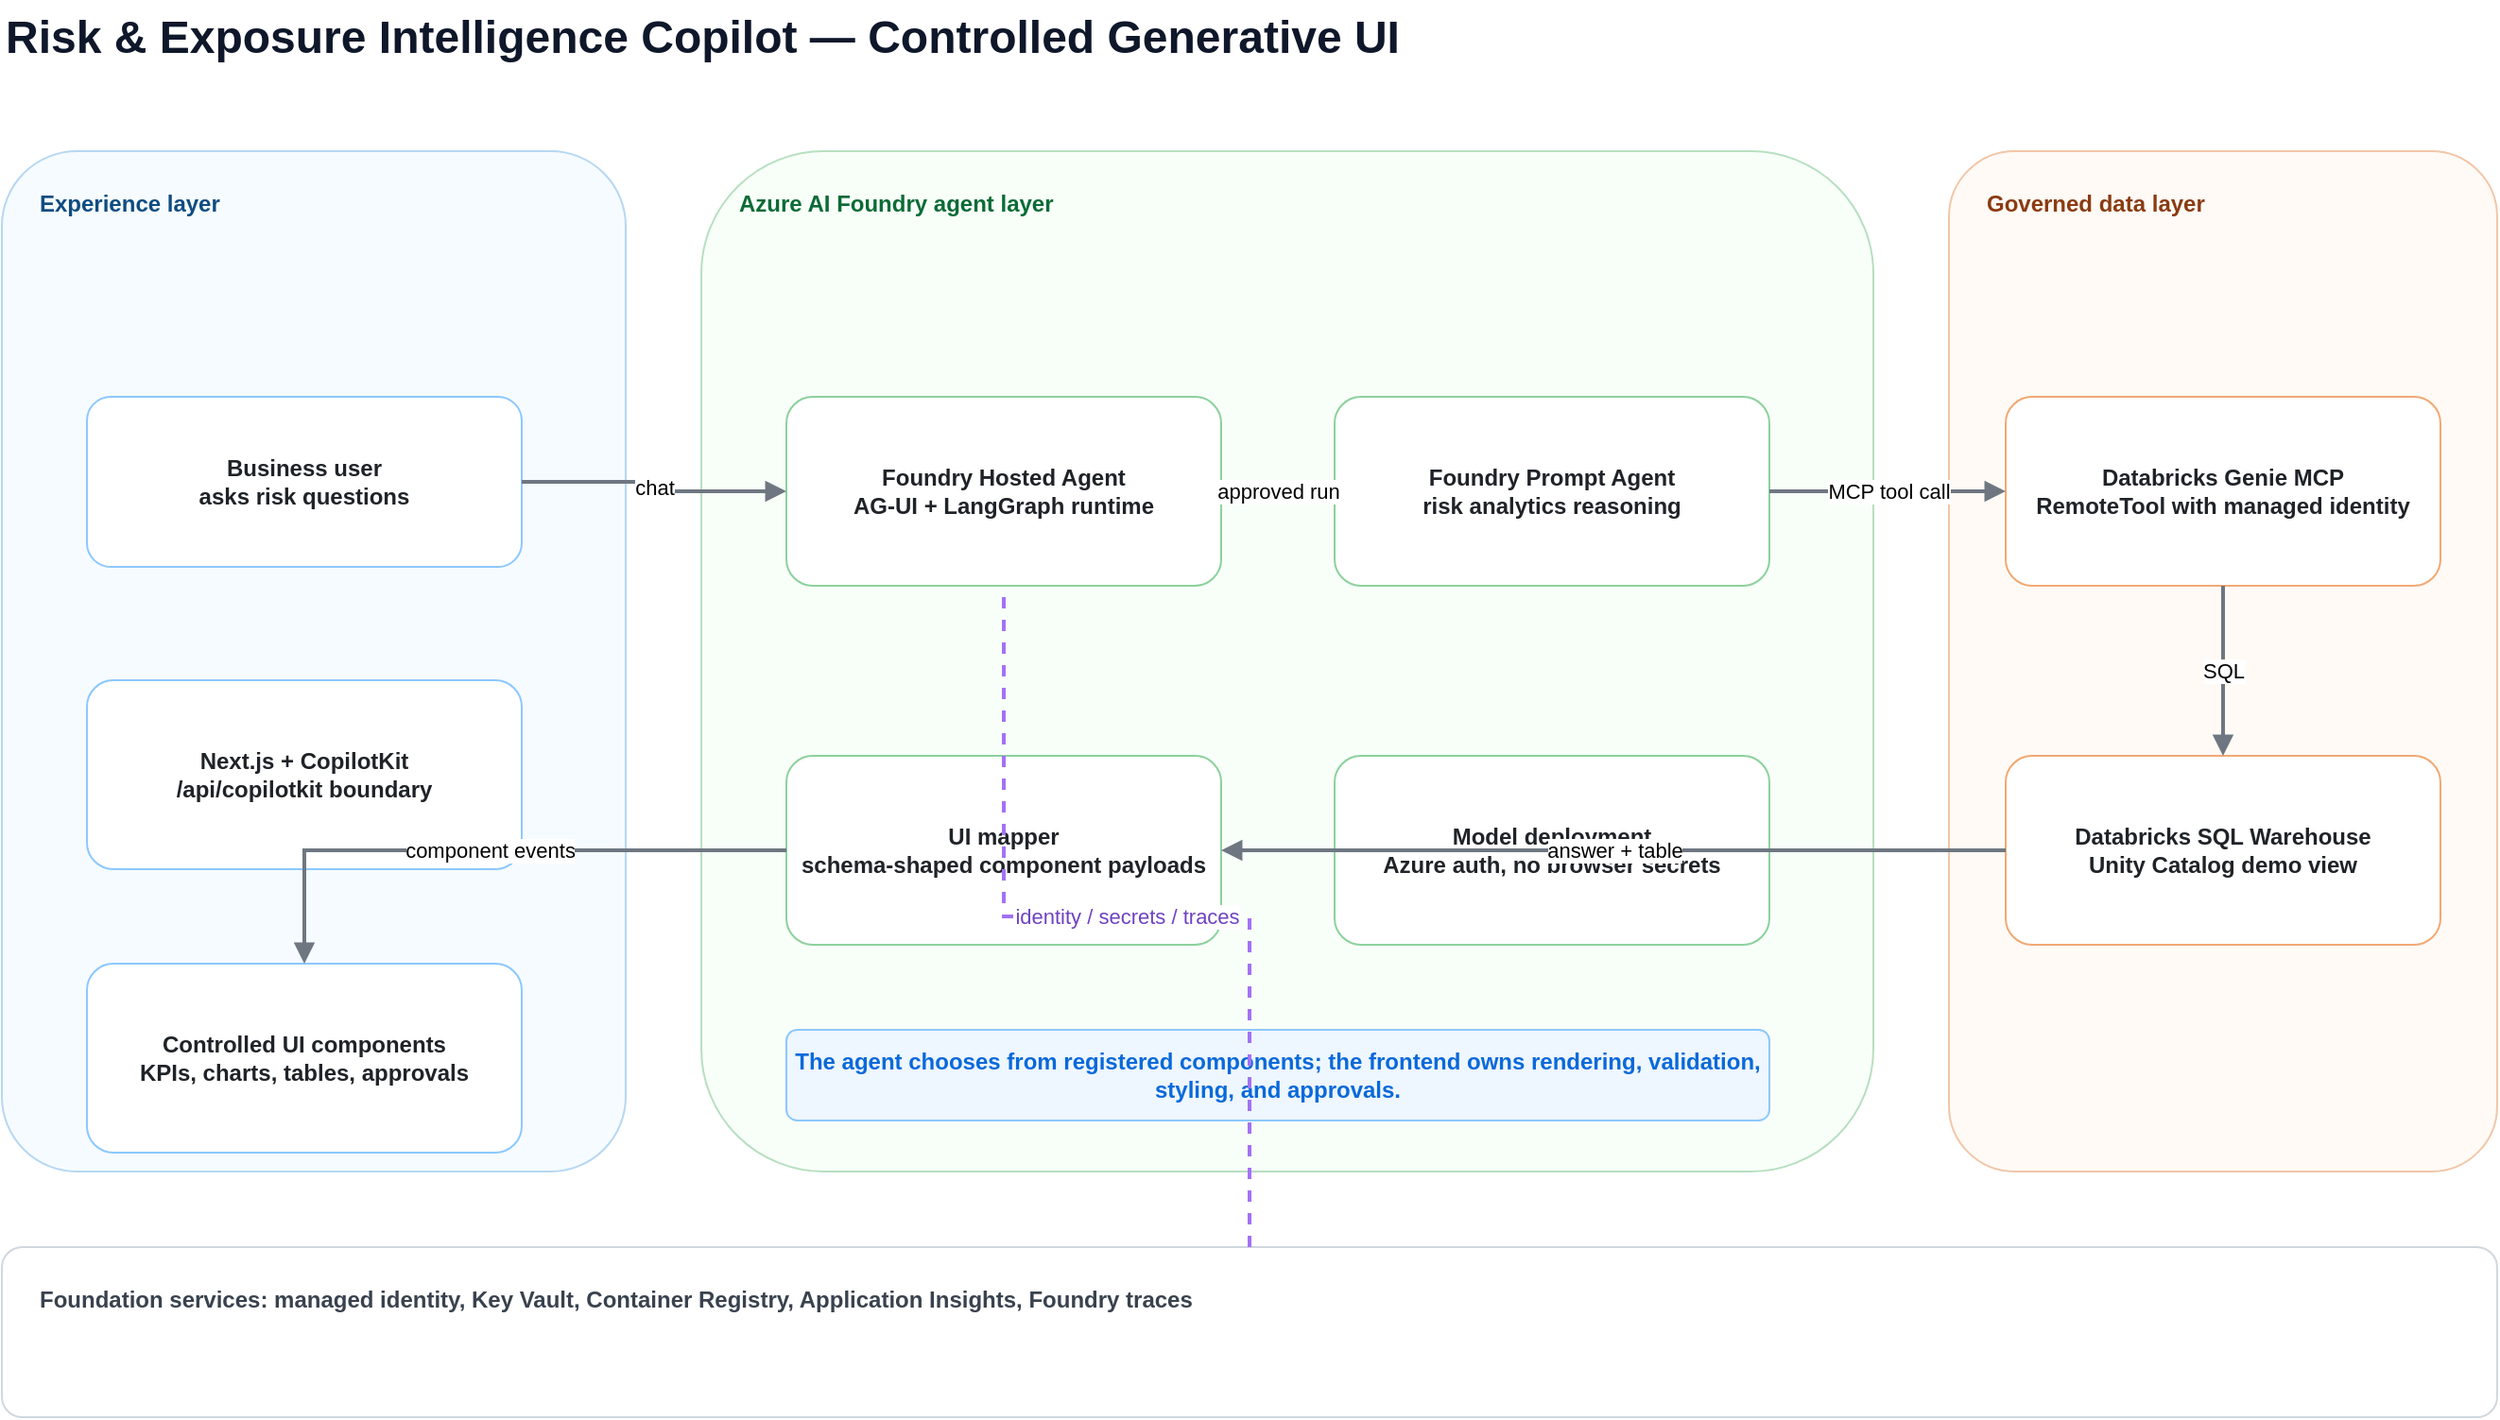
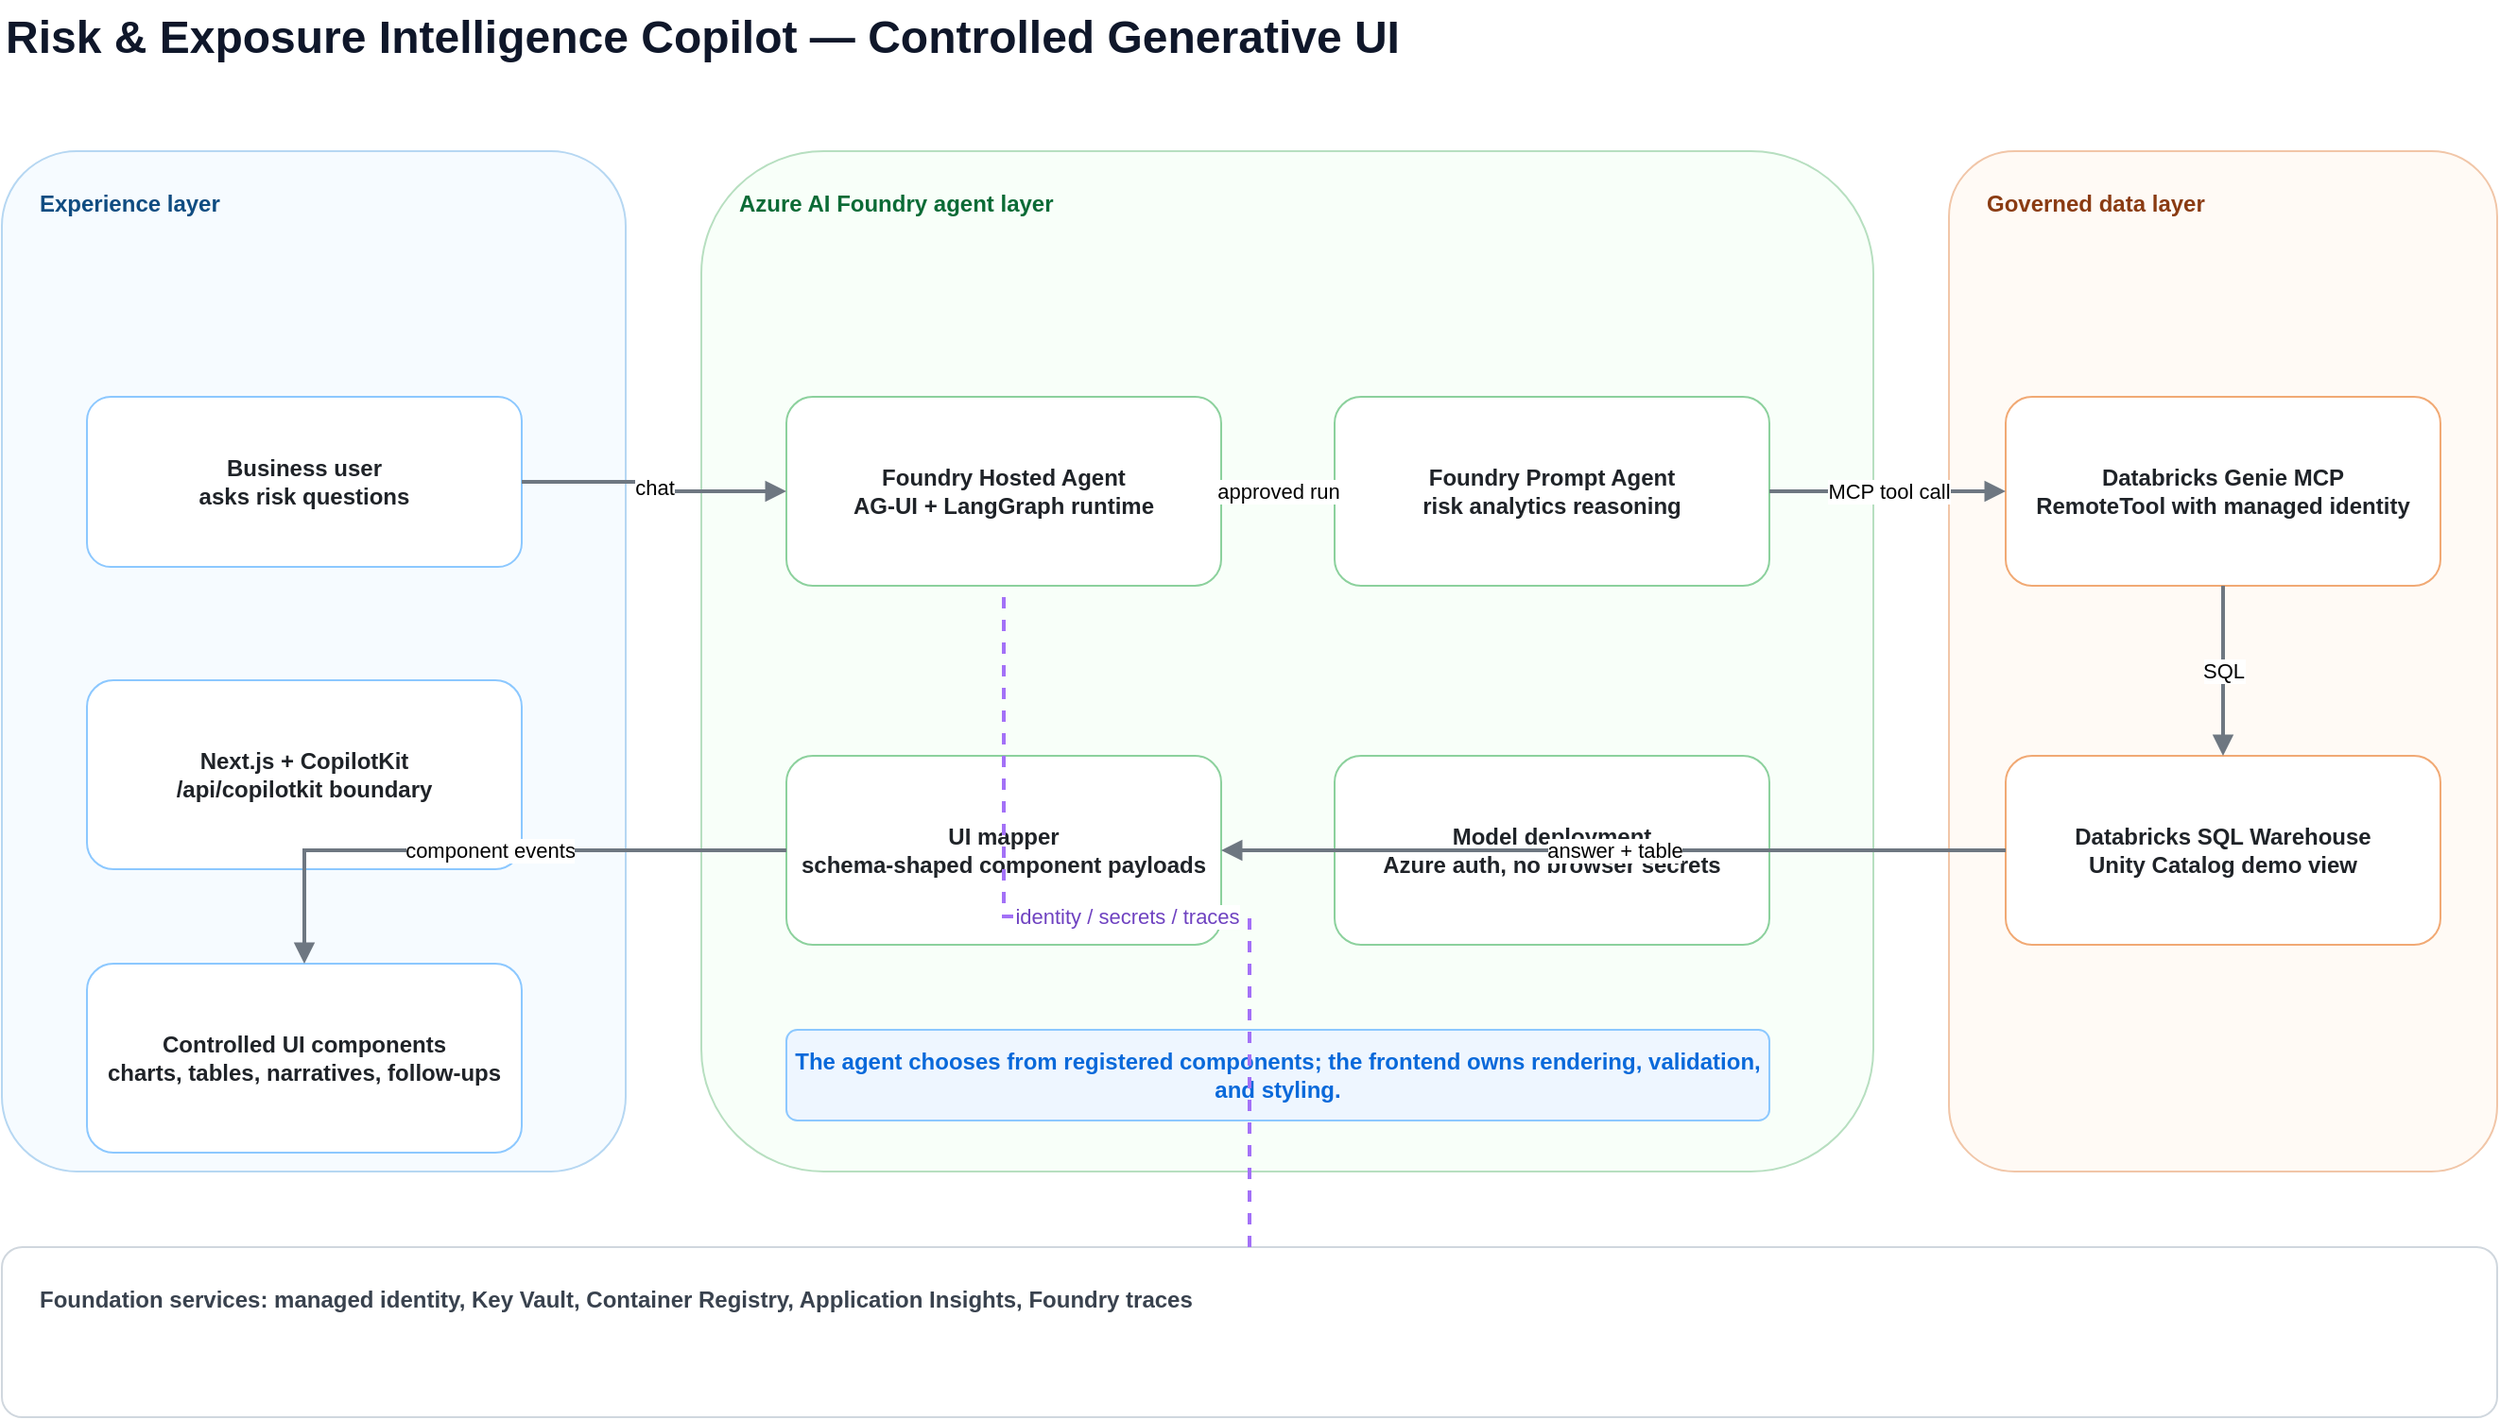
<mxfile host="app.diagrams.net" modified="2026-05-19T00:00:00.000Z" agent="GitHub Copilot CLI" version="24.7.17" type="device" compressed="false">
  <diagram id="risk-exposure-generative-ui" name="Risk &amp; Exposure Generative UI">
    <mxGraphModel dx="1600" dy="900" grid="1" gridSize="10" guides="1" tooltips="1" connect="1" arrows="1" fold="1" page="1" pageScale="1" pageWidth="1400" pageHeight="850" math="0" shadow="0">
      <root>
        <mxCell id="0"/>
        <mxCell id="1" parent="0"/>
        <mxCell id="t-title" value="Risk &amp;amp; Exposure Intelligence Copilot — Controlled Generative UI" style="text;html=1;strokeColor=none;fillColor=none;align=left;verticalAlign=middle;fontSize=24;fontStyle=1;fontColor=#0F172A" vertex="1" parent="1">
          <mxGeometry x="40" y="30" width="900" height="40" as="geometry"/>
        </mxCell>
        <mxCell id="s-experience" value="Experience layer" style="rounded=1;whiteSpace=wrap;html=1;fillColor=#F6FBFF;strokeColor=#B6D7F2;fontColor=#0F4C81;fontStyle=1;align=left;verticalAlign=top;spacingLeft=18;spacingTop=14;arcSize=12" vertex="1" parent="1">
          <mxGeometry x="40" y="110" width="330" height="540" as="geometry"/>
        </mxCell>
        <mxCell id="s-foundry" value="Azure AI Foundry agent layer" style="rounded=1;whiteSpace=wrap;html=1;fillColor=#F8FFF9;strokeColor=#B7DFC0;fontColor=#0B6B36;fontStyle=1;align=left;verticalAlign=top;spacingLeft=18;spacingTop=14;arcSize=12" vertex="1" parent="1">
          <mxGeometry x="410" y="110" width="620" height="540" as="geometry"/>
        </mxCell>
        <mxCell id="s-data" value="Governed data layer" style="rounded=1;whiteSpace=wrap;html=1;fillColor=#FFFAF5;strokeColor=#F1C6A8;fontColor=#8A3B12;fontStyle=1;align=left;verticalAlign=top;spacingLeft=18;spacingTop=14;arcSize=12" vertex="1" parent="1">
          <mxGeometry x="1070" y="110" width="290" height="540" as="geometry"/>
        </mxCell>
        <mxCell id="s-foundation" value="Foundation services: managed identity, Key Vault, Container Registry, Application Insights, Foundry traces" style="rounded=1;whiteSpace=wrap;html=1;fillColor=#FFFFFF;strokeColor=#D0D7DE;fontColor=#39424E;fontStyle=1;align=left;verticalAlign=top;spacingLeft=18;spacingTop=14;arcSize=12" vertex="1" parent="1">
          <mxGeometry x="40" y="690" width="1320" height="90" as="geometry"/>
        </mxCell>
        <mxCell id="r-browser" value="Business user&lt;br&gt;&lt;font style=&quot;font-size: 12px;&quot;&gt;asks risk questions&lt;/font&gt;" style="rounded=1;whiteSpace=wrap;html=1;fillColor=#FFFFFF;strokeColor=#8CC8FF;fontColor=#1F2328;fontStyle=1;arcSize=14" vertex="1" parent="1">
          <mxGeometry x="85" y="240" width="230" height="90" as="geometry"/>
        </mxCell>
        <mxCell id="r-web" value="Next.js + CopilotKit&lt;br&gt;&lt;font style=&quot;font-size: 12px;&quot;&gt;/api/copilotkit boundary&lt;/font&gt;" style="rounded=1;whiteSpace=wrap;html=1;fillColor=#FFFFFF;strokeColor=#8CC8FF;fontColor=#1F2328;fontStyle=1;arcSize=14" vertex="1" parent="1">
          <mxGeometry x="85" y="390" width="230" height="100" as="geometry"/>
        </mxCell>
-         <mxCell id="r-ui" value="Controlled UI components&lt;br&gt;&lt;font style=&quot;font-size: 12px;&quot;&gt;KPIs, charts, tables, approvals&lt;/font&gt;" style="rounded=1;whiteSpace=wrap;html=1;fillColor=#FFFFFF;strokeColor=#8CC8FF;fontColor=#1F2328;fontStyle=1;arcSize=14" vertex="1" parent="1">
+         <mxCell id="r-ui" value="Controlled UI components&lt;br&gt;&lt;font style=&quot;font-size: 12px;&quot;&gt;charts, tables, narratives, follow-ups&lt;/font&gt;" style="rounded=1;whiteSpace=wrap;html=1;fillColor=#FFFFFF;strokeColor=#8CC8FF;fontColor=#1F2328;fontStyle=1;arcSize=14" vertex="1" parent="1">
          <mxGeometry x="85" y="540" width="230" height="100" as="geometry"/>
        </mxCell>
        <mxCell id="r-hosted" value="Foundry Hosted Agent&lt;br&gt;&lt;font style=&quot;font-size: 12px;&quot;&gt;AG-UI + LangGraph runtime&lt;/font&gt;" style="rounded=1;whiteSpace=wrap;html=1;fillColor=#FFFFFF;strokeColor=#8CD19D;fontColor=#1F2328;fontStyle=1;arcSize=14" vertex="1" parent="1">
          <mxGeometry x="455" y="240" width="230" height="100" as="geometry"/>
        </mxCell>
        <mxCell id="r-prompt" value="Foundry Prompt Agent&lt;br&gt;&lt;font style=&quot;font-size: 12px;&quot;&gt;risk analytics reasoning&lt;/font&gt;" style="rounded=1;whiteSpace=wrap;html=1;fillColor=#FFFFFF;strokeColor=#8CD19D;fontColor=#1F2328;fontStyle=1;arcSize=14" vertex="1" parent="1">
          <mxGeometry x="745" y="240" width="230" height="100" as="geometry"/>
        </mxCell>
        <mxCell id="r-model" value="Model deployment&lt;br&gt;&lt;font style=&quot;font-size: 12px;&quot;&gt;Azure auth, no browser secrets&lt;/font&gt;" style="rounded=1;whiteSpace=wrap;html=1;fillColor=#FFFFFF;strokeColor=#8CD19D;fontColor=#1F2328;fontStyle=1;arcSize=14" vertex="1" parent="1">
          <mxGeometry x="745" y="430" width="230" height="100" as="geometry"/>
        </mxCell>
        <mxCell id="r-mapper" value="UI mapper&lt;br&gt;&lt;font style=&quot;font-size: 12px;&quot;&gt;schema-shaped component payloads&lt;/font&gt;" style="rounded=1;whiteSpace=wrap;html=1;fillColor=#FFFFFF;strokeColor=#8CD19D;fontColor=#1F2328;fontStyle=1;arcSize=14" vertex="1" parent="1">
          <mxGeometry x="455" y="430" width="230" height="100" as="geometry"/>
        </mxCell>
        <mxCell id="r-genie" value="Databricks Genie MCP&lt;br&gt;&lt;font style=&quot;font-size: 12px;&quot;&gt;RemoteTool with managed identity&lt;/font&gt;" style="rounded=1;whiteSpace=wrap;html=1;fillColor=#FFFFFF;strokeColor=#F1A974;fontColor=#1F2328;fontStyle=1;arcSize=14" vertex="1" parent="1">
          <mxGeometry x="1100" y="240" width="230" height="100" as="geometry"/>
        </mxCell>
        <mxCell id="r-sql" value="Databricks SQL Warehouse&lt;br&gt;&lt;font style=&quot;font-size: 12px;&quot;&gt;Unity Catalog demo view&lt;/font&gt;" style="rounded=1;whiteSpace=wrap;html=1;fillColor=#FFFFFF;strokeColor=#F1A974;fontColor=#1F2328;fontStyle=1;arcSize=14" vertex="1" parent="1">
          <mxGeometry x="1100" y="430" width="230" height="100" as="geometry"/>
        </mxCell>
-         <mxCell id="t-note" value="The agent chooses from registered components; the frontend owns rendering, validation, styling, and approvals." style="rounded=1;whiteSpace=wrap;html=1;fillColor=#EEF6FF;strokeColor=#8CC8FF;fontColor=#0969DA;fontStyle=1;arcSize=12" vertex="1" parent="1">
+         <mxCell id="t-note" value="The agent chooses from registered components; the frontend owns rendering, validation, and styling." style="rounded=1;whiteSpace=wrap;html=1;fillColor=#EEF6FF;strokeColor=#8CC8FF;fontColor=#0969DA;fontStyle=1;arcSize=12" vertex="1" parent="1">
          <mxGeometry x="455" y="575" width="520" height="48" as="geometry"/>
        </mxCell>
        <mxCell id="e-chat" value="chat" style="edgeStyle=orthogonalEdgeStyle;rounded=0;orthogonalLoop=1;jettySize=auto;html=1;strokeColor=#6E7781;strokeWidth=2;endArrow=block;endFill=1;fontSize=11" edge="1" parent="1" source="r-browser" target="r-hosted">
          <mxGeometry relative="1" as="geometry"/>
        </mxCell>
        <mxCell id="e-agent" value="approved run" style="edgeStyle=orthogonalEdgeStyle;rounded=0;orthogonalLoop=1;jettySize=auto;html=1;strokeColor=#6E7781;strokeWidth=2;endArrow=block;endFill=1;fontSize=11" edge="1" parent="1" source="r-hosted" target="r-prompt">
          <mxGeometry relative="1" as="geometry"/>
        </mxCell>
        <mxCell id="e-tool" value="MCP tool call" style="edgeStyle=orthogonalEdgeStyle;rounded=0;orthogonalLoop=1;jettySize=auto;html=1;strokeColor=#6E7781;strokeWidth=2;endArrow=block;endFill=1;fontSize=11" edge="1" parent="1" source="r-prompt" target="r-genie">
          <mxGeometry relative="1" as="geometry"/>
        </mxCell>
        <mxCell id="e-sql" value="SQL" style="edgeStyle=orthogonalEdgeStyle;rounded=0;orthogonalLoop=1;jettySize=auto;html=1;strokeColor=#6E7781;strokeWidth=2;endArrow=block;endFill=1;fontSize=11" edge="1" parent="1" source="r-genie" target="r-sql">
          <mxGeometry relative="1" as="geometry"/>
        </mxCell>
        <mxCell id="e-answer" value="answer + table" style="edgeStyle=orthogonalEdgeStyle;rounded=0;orthogonalLoop=1;jettySize=auto;html=1;strokeColor=#6E7781;strokeWidth=2;endArrow=block;endFill=1;fontSize=11" edge="1" parent="1" source="r-sql" target="r-mapper">
          <mxGeometry relative="1" as="geometry"/>
        </mxCell>
        <mxCell id="e-render" value="component events" style="edgeStyle=orthogonalEdgeStyle;rounded=0;orthogonalLoop=1;jettySize=auto;html=1;strokeColor=#6E7781;strokeWidth=2;endArrow=block;endFill=1;fontSize=11" edge="1" parent="1" source="r-mapper" target="r-ui">
          <mxGeometry relative="1" as="geometry"/>
        </mxCell>
        <mxCell id="e-identity" value="identity / secrets / traces" style="edgeStyle=orthogonalEdgeStyle;rounded=0;orthogonalLoop=1;jettySize=auto;html=1;strokeColor=#A371F7;strokeWidth=2;dashed=1;endArrow=none;fontSize=11;fontColor=#6F42C1" edge="1" parent="1" source="s-foundation" target="r-hosted">
          <mxGeometry relative="1" as="geometry"/>
        </mxCell>
      </root>
    </mxGraphModel>
  </diagram>
</mxfile>
